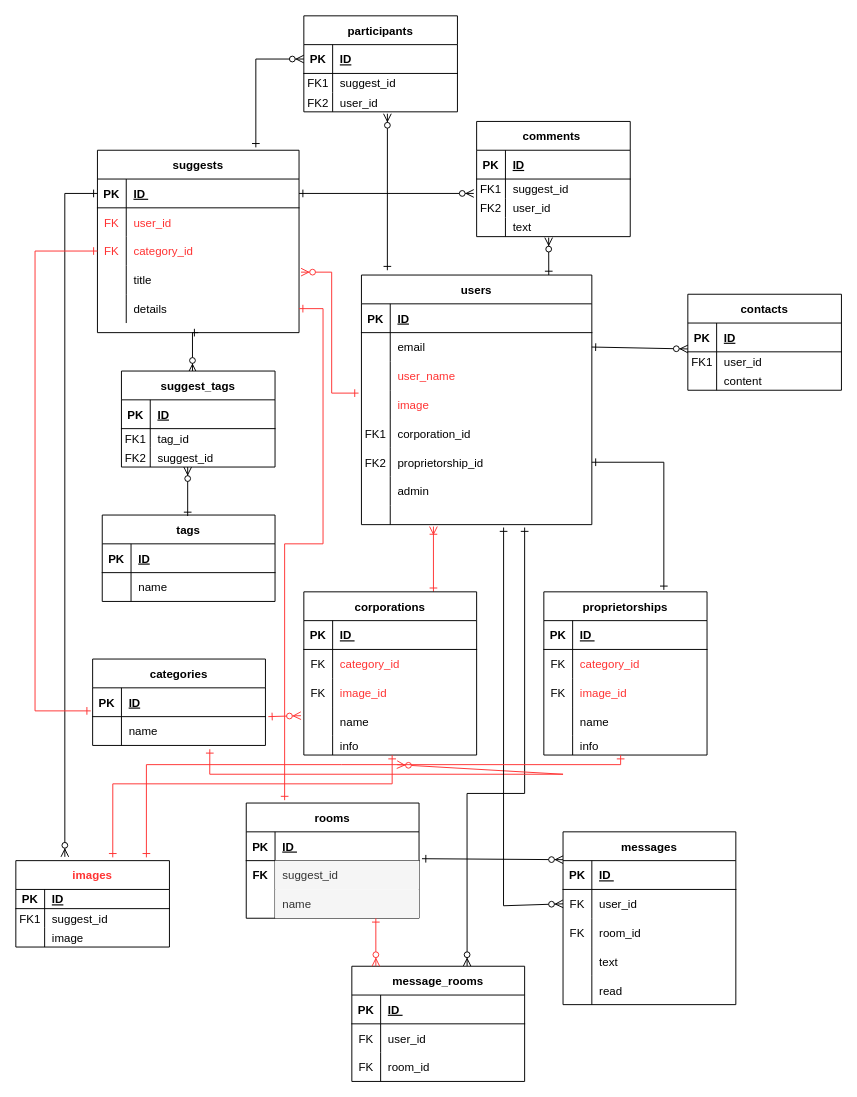
Above: page "ページ3" (2 of 3) of Untitled Diagram.drawio in Sec-il-n/dic_guraduate_parts (draw.io), before the change. Source tidied: cells renumbered, new cells numbered last; positions are measured from the earlier drawing's top-left corner, leaving out a move shared by most shapes. Both pictures are drawn from the tidied source at 96%, with x=0, y=0 at pixel (15, 15).
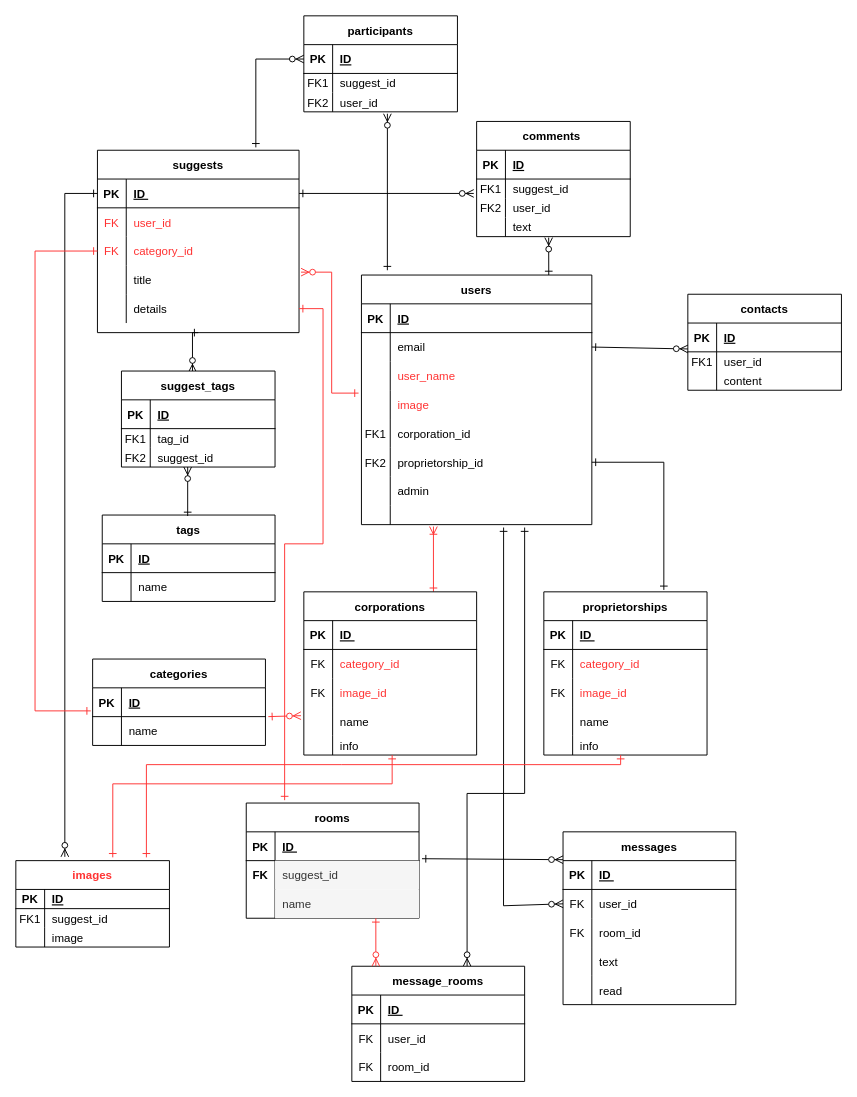
The same page after the edit.

Unchanged cells that the change refers to:
```xml
<mxCell id="135" style="shape=partialRectangle;fillColor=none;points=[[0,0.5],[1,0.5]];portConstraint=eastwest;top=0;left=0;right=0;bottom=0;" parent="131" vertex="1">
  <mxGeometry y="60" width="180" height="30" as="geometry" />
</mxCell>
```

Change to the diagram source:
```diff
@@
-    <mxCell id="139" style="edgeStyle=none;rounded=0;jettySize=auto;html=1;startArrow=ERone;startFill=0;endArrow=ERzeroToMany;endFill=1;strokeColor=#FF3333;entryX=0.118;entryY=1.1;entryDx=0;entryDy=0;exitX=0.678;exitY=1.133;exitDx=0;exitDy=0;exitPerimeter=0;entryPerimeter=0;" parent="1" edge="1" source="135">
-      <mxGeometry relative="1" as="geometry">
-        <mxPoint x="397" y="780" as="targetPoint" />
-        <Array as="points">
-          <mxPoint x="202" y="790" />
-          <mxPoint x="570" y="790" />
-        </Array>
-      </mxGeometry>
-    </mxCell>
```
